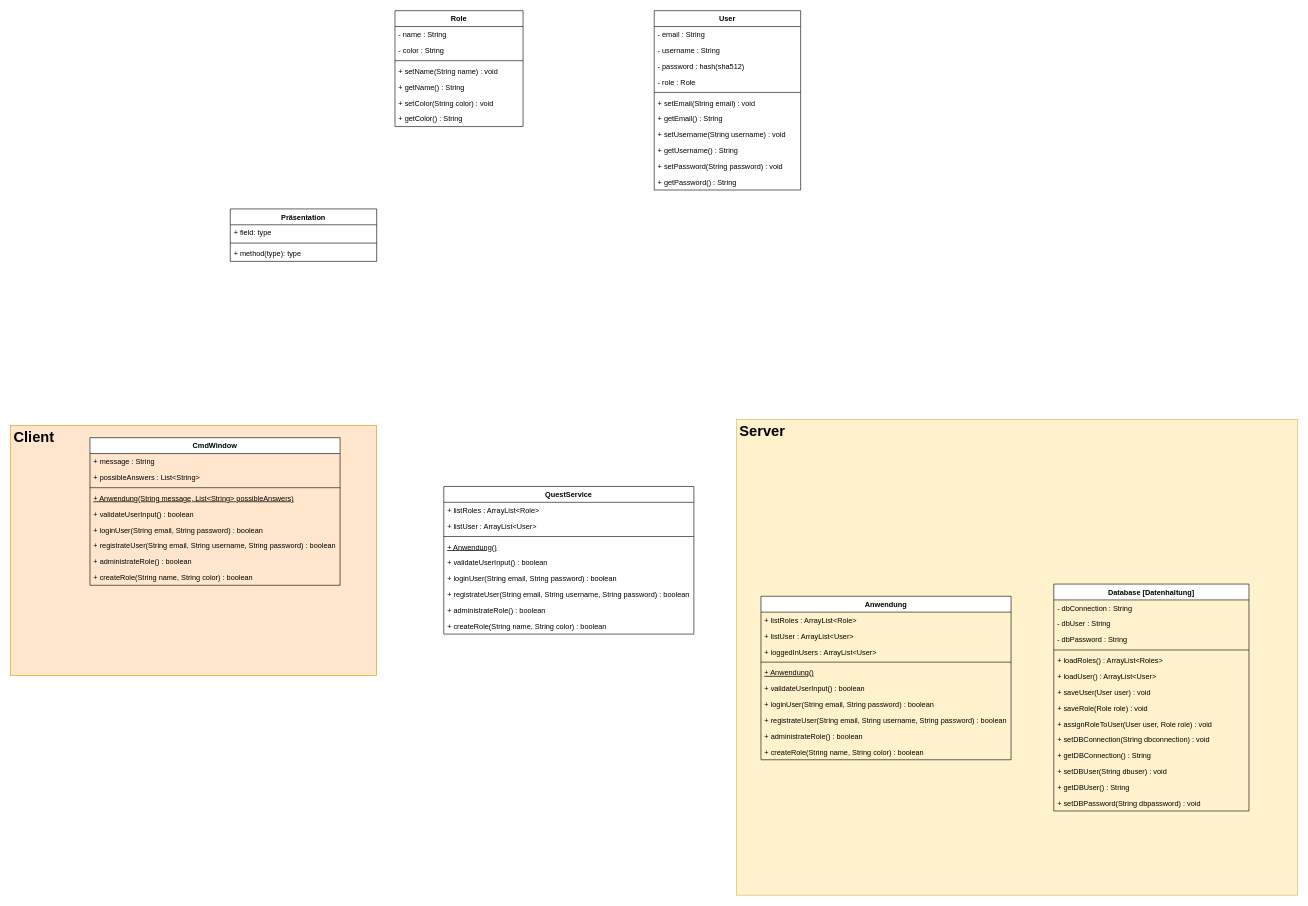
Earlier version of the draw.io diagram doc/functionality.drawio (STK-Students/Quest-Editor). Source tidied: cells renumbered, new cells numbered last; positions are measured from the earlier drawing's top-left corner, leaving out a move shared by most shapes. Both pictures are drawn from the tidied source at 61%, with x=0, y=0 at pixel (10, 10).
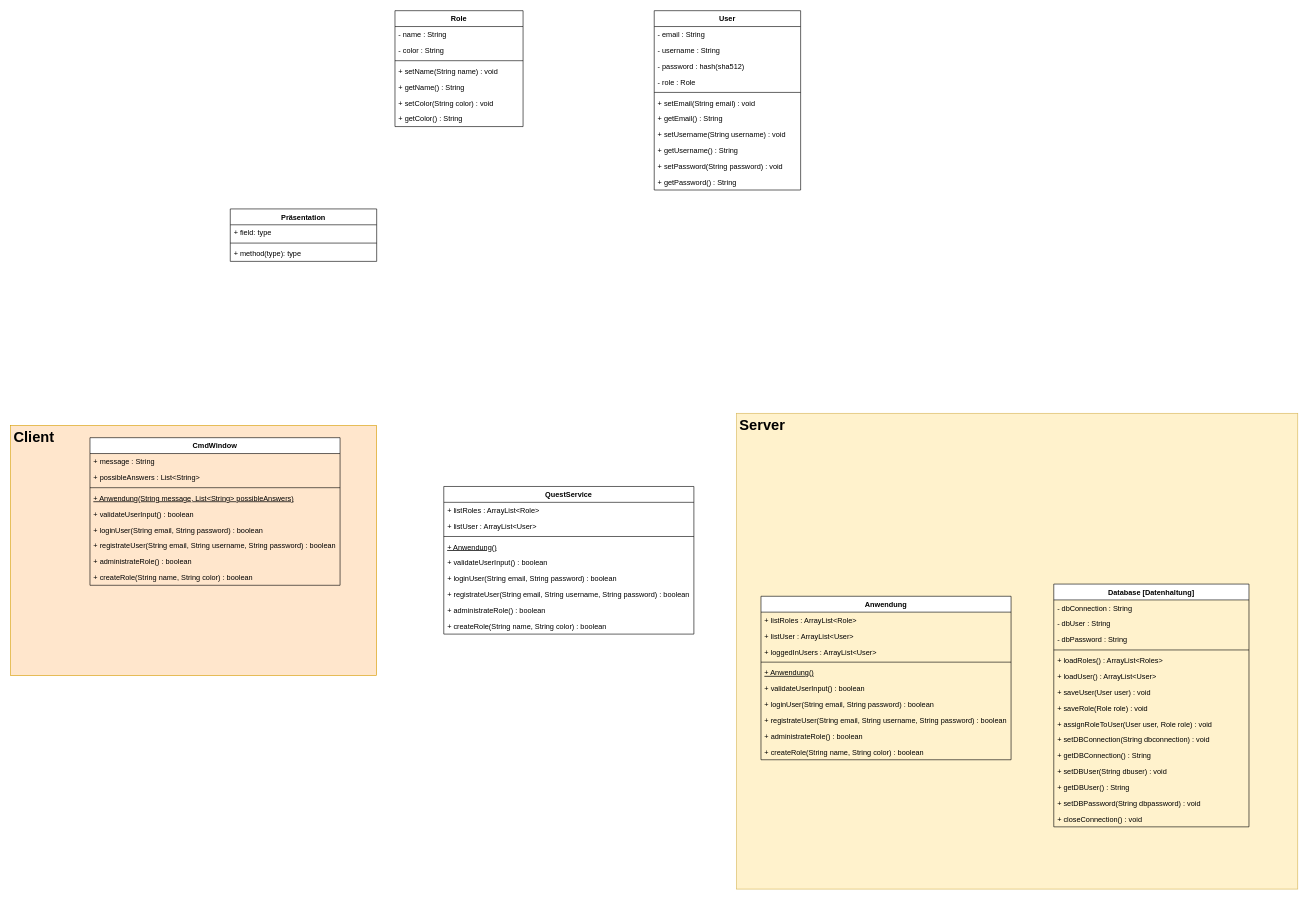
Above is the later version.

The edit, as a diff of the source:
```diff
@@
     <mxCell id="39" style="group;" parent="1" vertex="1">
-      <mxGeometry x="1190" y="670" width="920" height="780" as="geometry" />
+      <mxGeometry x="1190" y="660" width="920" height="780" as="geometry" />
     </mxCell>
@@
     <mxCell id="42" value="Database [Datenhaltung]" style="swimlane;fontStyle=1;align=center;verticalAlign=top;horizontal=1;startSize=26;fillColor=default;" parent="1" vertex="1">
-      <mxGeometry x="1710" y="940" width="320" height="372" as="geometry" />
+      <mxGeometry x="1710" y="940" width="320" height="398" as="geometry" />
     </mxCell>
@@
+    <mxCell id="78" value="+ closeConnection() : void" style="text;strokeColor=none;fillColor=none;align=left;verticalAlign=top;spacingLeft=4;spacingRight=4;overflow=hidden;" parent="42" vertex="1">
+      <mxGeometry y="372" width="320" height="26" as="geometry" />
+    </mxCell>
```
